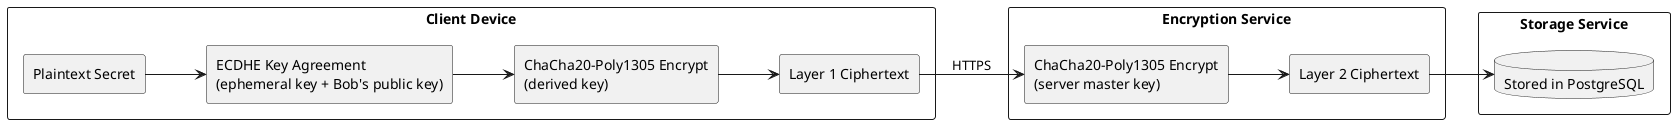
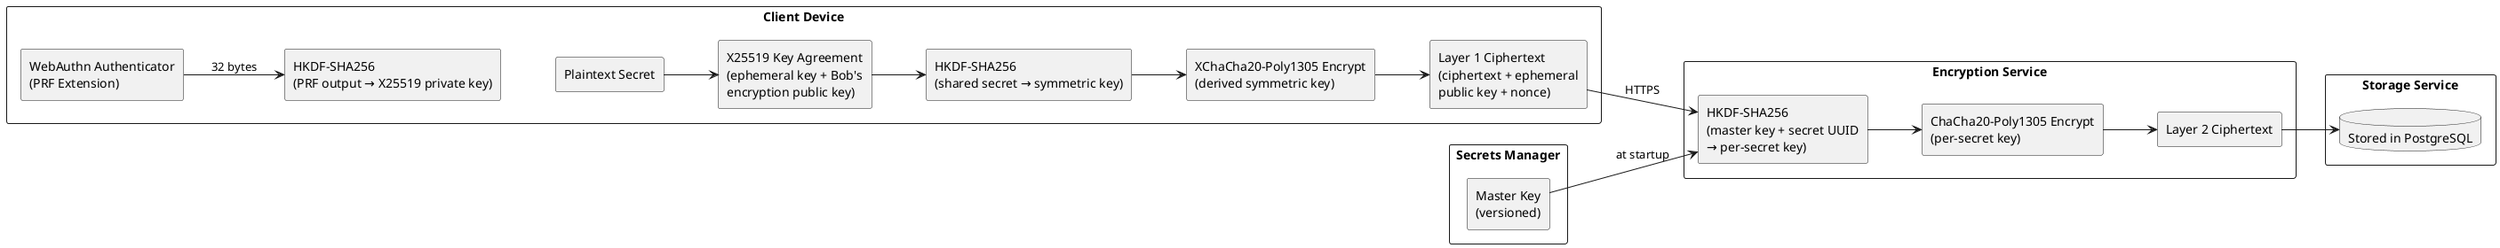
@startuml
left to right direction

rectangle "Client Device" {
+     rectangle "WebAuthn Authenticator\n(PRF Extension)" as prf
+     rectangle "HKDF-SHA256\n(PRF output → X25519 private key)" as keyder
    rectangle "Plaintext Secret" as plain
-     rectangle "ECDHE Key Agreement\n(ephemeral key + Bob's public key)" as ecdhe
-     rectangle "ChaCha20-Poly1305 Encrypt\n(derived key)" as l1enc
-     rectangle "Layer 1 Ciphertext" as l1
+     rectangle "X25519 Key Agreement\n(ephemeral key + Bob's\nencryption public key)" as ecdh
+     rectangle "HKDF-SHA256\n(shared secret → symmetric key)" as hkdf
+     rectangle "XChaCha20-Poly1305 Encrypt\n(derived symmetric key)" as l1enc
+     rectangle "Layer 1 Ciphertext\n(ciphertext + ephemeral\npublic key + nonce)" as l1
}

rectangle "Encryption Service" {
-     rectangle "ChaCha20-Poly1305 Encrypt\n(server master key)" as l2enc
+     rectangle "HKDF-SHA256\n(master key + secret UUID\n→ per-secret key)" as l2keyder
+     rectangle "ChaCha20-Poly1305 Encrypt\n(per-secret key)" as l2enc
    rectangle "Layer 2 Ciphertext" as l2
+ }
+ 
+ rectangle "Secrets Manager" as sm {
+     rectangle "Master Key\n(versioned)" as masterkey
}

rectangle "Storage Service" {
    database "Stored in PostgreSQL" as stored
}

- plain --> ecdhe
- ecdhe --> l1enc
+ prf --> keyder : "32 bytes"
+ keyder -[hidden]-> plain
+ plain --> ecdh
+ ecdh --> hkdf
+ hkdf --> l1enc
l1enc --> l1
- l1 --> l2enc : "HTTPS"
+ l1 --> l2keyder : "HTTPS"
+ masterkey --> l2keyder : "at startup"
+ l2keyder --> l2enc
l2enc --> l2
l2 --> stored
@enduml
